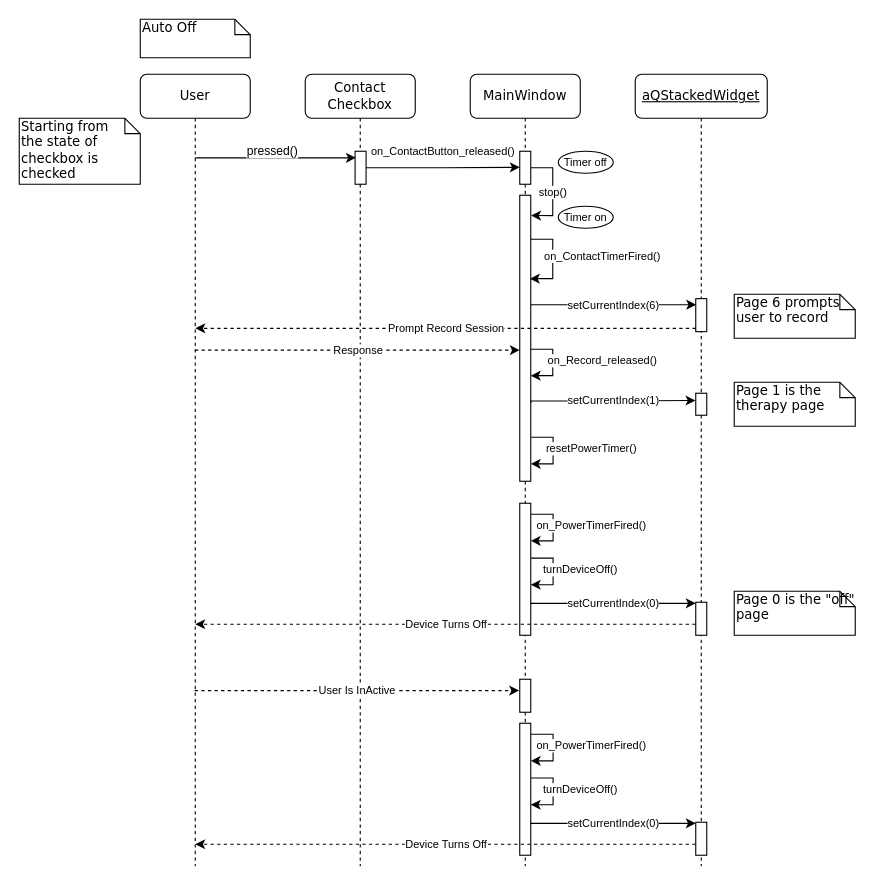
The draw.io diagram Documentation/auto_off.drawio in Hall-Andrew/CESDEVICE-3004FinalProject, before the edit. Source tidied: cells renumbered, new cells numbered last; positions are measured from the earlier drawing's top-left corner, leaving out a move shared by most shapes. Both pictures are drawn from the tidied source at 110%, with x=0, y=0 at pixel (19, 19).
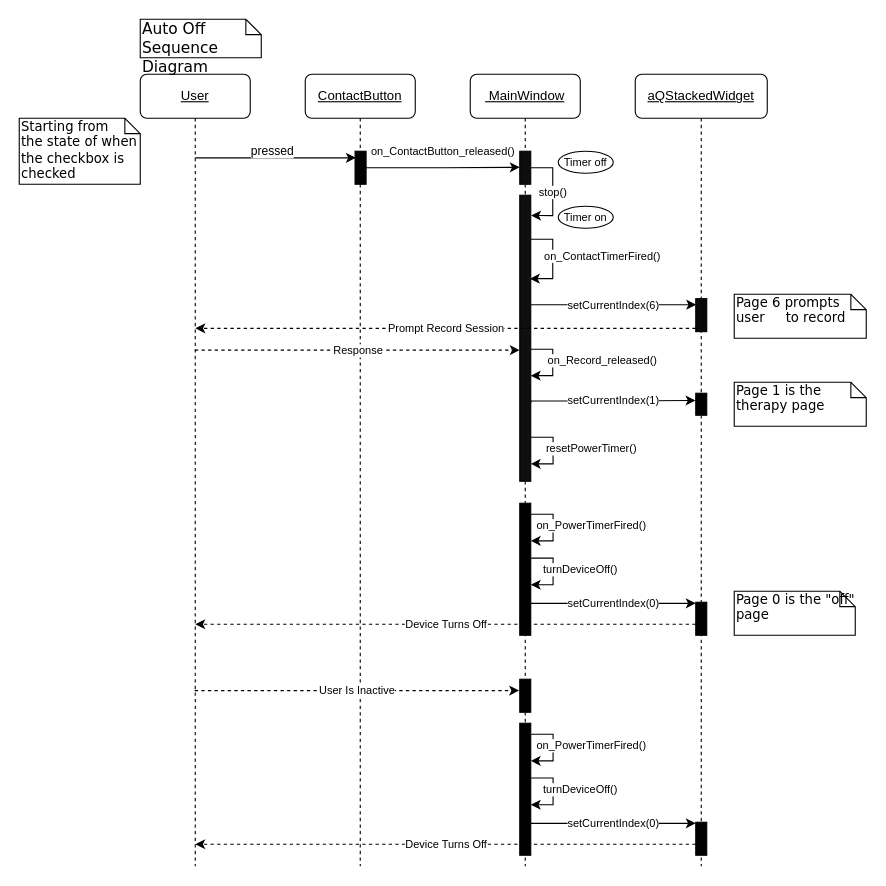
Above is the later version.

Commit message (it also covers changes not shown here):
Removed leftover unused functions Changed function names to match Seq diagrams Edited some seq diagrams for consistancy In the process of fixing Record Sequence Diagram

Diff of the diagram source:
```diff
@@
-    <mxCell id="2" value="MainWindow" style="shape=umlLifeline;perimeter=lifelinePerimeter;whiteSpace=wrap;html=1;rounded=1;shadow=0;comic=0;labelBackgroundColor=none;strokeWidth=1;fontFamily=Verdana;fontSize=12;align=center;" parent="1" vertex="1">
+    <mxCell id="2" value="&lt;u&gt;&lt;font face=&quot;Helvetica&quot;&gt;&amp;nbsp;MainWindow&lt;/font&gt;&lt;/u&gt;" style="shape=umlLifeline;perimeter=lifelinePerimeter;whiteSpace=wrap;html=1;rounded=1;shadow=0;comic=0;labelBackgroundColor=none;strokeWidth=1;fontFamily=Verdana;fontSize=12;align=center;" parent="1" vertex="1">
       <mxGeometry x="410" y="50" width="100" height="720" as="geometry" />
     </mxCell>
@@
-    <mxCell id="4" style="html=1;points=[];perimeter=orthogonalPerimeter;rounded=0;shadow=0;comic=0;labelBackgroundColor=none;strokeWidth=1;fontFamily=Verdana;fontSize=12;align=center;" parent="2" vertex="1">
+    <mxCell id="4" style="html=1;points=[];perimeter=orthogonalPerimeter;rounded=0;shadow=0;comic=0;labelBackgroundColor=none;strokeWidth=1;fontFamily=Verdana;fontSize=12;align=center;fillColor=#0D0D0D;" parent="2" vertex="1">
       <mxGeometry x="45" y="70" width="10" height="30" as="geometry" />
     </mxCell>
-    <mxCell id="5" style="html=1;points=[];perimeter=orthogonalPerimeter;rounded=0;shadow=0;comic=0;labelBackgroundColor=none;strokeWidth=1;fontFamily=Verdana;fontSize=12;align=center;" parent="2" vertex="1">
+    <mxCell id="5" style="html=1;points=[];perimeter=orthogonalPerimeter;rounded=0;shadow=0;comic=0;labelBackgroundColor=none;strokeWidth=1;fontFamily=Verdana;fontSize=12;align=center;fillColor=#0F0F0F;" parent="2" vertex="1">
       <mxGeometry x="45" y="110" width="10" height="260" as="geometry" />
     </mxCell>
@@
-    <mxCell id="9" style="html=1;perimeter=orthogonalPerimeter;rounded=0;shadow=0;comic=0;labelBackgroundColor=none;strokeWidth=1;fontFamily=Verdana;fontSize=12;align=center;" parent="2" vertex="1">
+    <mxCell id="9" style="html=1;perimeter=orthogonalPerimeter;rounded=0;shadow=0;comic=0;labelBackgroundColor=none;strokeWidth=1;fontFamily=Verdana;fontSize=12;align=center;fillColor=#000000;" parent="2" vertex="1">
       <mxGeometry x="45" y="390" width="10" height="120" as="geometry" />
     </mxCell>
@@
-    <mxCell id="13" style="html=1;perimeter=orthogonalPerimeter;rounded=0;shadow=0;comic=0;labelBackgroundColor=none;strokeWidth=1;fontFamily=Verdana;fontSize=12;align=center;" parent="2" vertex="1">
+    <mxCell id="13" style="html=1;perimeter=orthogonalPerimeter;rounded=0;shadow=0;comic=0;labelBackgroundColor=none;strokeWidth=1;fontFamily=Verdana;fontSize=12;align=center;fillColor=#000000;" parent="2" vertex="1">
       <mxGeometry x="45" y="590" width="10" height="120" as="geometry" />
     </mxCell>
@@
-    <mxCell id="18" style="html=1;points=[];perimeter=orthogonalPerimeter;rounded=0;shadow=0;comic=0;labelBackgroundColor=none;strokeWidth=1;fontFamily=Verdana;fontSize=12;align=center;" parent="2" vertex="1">
+    <mxCell id="18" style="html=1;points=[];perimeter=orthogonalPerimeter;rounded=0;shadow=0;comic=0;labelBackgroundColor=none;strokeWidth=1;fontFamily=Verdana;fontSize=12;align=center;fillColor=#000000;" parent="2" vertex="1">
       <mxGeometry x="45" y="550" width="10" height="30" as="geometry" />
     </mxCell>
-    <mxCell id="19" value="&lt;u&gt;aQStackedWidget&lt;/u&gt;" style="shape=umlLifeline;perimeter=lifelinePerimeter;whiteSpace=wrap;html=1;rounded=1;shadow=0;comic=0;labelBackgroundColor=none;strokeWidth=1;fontFamily=Verdana;fontSize=12;align=center;" parent="1" vertex="1">
+    <mxCell id="19" value="&lt;u&gt;&lt;font face=&quot;Helvetica&quot;&gt;aQStackedWidget&lt;/font&gt;&lt;/u&gt;" style="shape=umlLifeline;perimeter=lifelinePerimeter;whiteSpace=wrap;html=1;rounded=1;shadow=0;comic=0;labelBackgroundColor=none;strokeWidth=1;fontFamily=Verdana;fontSize=12;align=center;" parent="1" vertex="1">
       <mxGeometry x="560" y="50" width="120" height="720" as="geometry" />
     </mxCell>
-    <mxCell id="20" style="html=1;perimeter=orthogonalPerimeter;rounded=0;shadow=0;comic=0;labelBackgroundColor=none;strokeWidth=1;fontFamily=Verdana;fontSize=12;align=center;" parent="19" vertex="1">
+    <mxCell id="20" style="html=1;perimeter=orthogonalPerimeter;rounded=0;shadow=0;comic=0;labelBackgroundColor=none;strokeWidth=1;fontFamily=Verdana;fontSize=12;align=center;fillColor=#080808;" parent="19" vertex="1">
       <mxGeometry x="55" y="204" width="10" height="30" as="geometry" />
     </mxCell>
-    <mxCell id="21" style="html=1;perimeter=orthogonalPerimeter;rounded=0;shadow=0;comic=0;labelBackgroundColor=none;strokeWidth=1;fontFamily=Verdana;fontSize=12;align=center;" parent="19" vertex="1">
+    <mxCell id="21" style="html=1;perimeter=orthogonalPerimeter;rounded=0;shadow=0;comic=0;labelBackgroundColor=none;strokeWidth=1;fontFamily=Verdana;fontSize=12;align=center;fillColor=#000000;" parent="19" vertex="1">
       <mxGeometry x="55" y="480" width="10" height="30" as="geometry" />
     </mxCell>
@@
-    <mxCell id="23" style="html=1;perimeter=orthogonalPerimeter;rounded=0;shadow=0;comic=0;labelBackgroundColor=none;strokeWidth=1;fontFamily=Verdana;fontSize=12;align=center;" parent="19" vertex="1">
+    <mxCell id="23" style="html=1;perimeter=orthogonalPerimeter;rounded=0;shadow=0;comic=0;labelBackgroundColor=none;strokeWidth=1;fontFamily=Verdana;fontSize=12;align=center;fillColor=#000000;" parent="19" vertex="1">
       <mxGeometry x="55" y="680" width="10" height="30" as="geometry" />
     </mxCell>
-    <mxCell id="24" style="html=1;perimeter=orthogonalPerimeter;rounded=0;shadow=0;comic=0;labelBackgroundColor=none;strokeWidth=1;fontFamily=Verdana;fontSize=12;align=center;" parent="19" vertex="1">
+    <mxCell id="24" style="html=1;perimeter=orthogonalPerimeter;rounded=0;shadow=0;comic=0;labelBackgroundColor=none;strokeWidth=1;fontFamily=Verdana;fontSize=12;align=center;fillColor=#000000;" parent="19" vertex="1">
       <mxGeometry x="55" y="290" width="10" height="20" as="geometry" />
     </mxCell>
-    <mxCell id="25" value="User" style="shape=umlLifeline;perimeter=lifelinePerimeter;whiteSpace=wrap;html=1;outlineConnect=0;rounded=1;shadow=0;comic=0;labelBackgroundColor=none;strokeWidth=1;fontFamily=Verdana;fontSize=12;align=center;" parent="1" vertex="1">
+    <mxCell id="25" value="&lt;u&gt;&lt;font face=&quot;Helvetica&quot;&gt;User&lt;/font&gt;&lt;/u&gt;" style="shape=umlLifeline;perimeter=lifelinePerimeter;whiteSpace=wrap;html=1;outlineConnect=0;rounded=1;shadow=0;comic=0;labelBackgroundColor=none;strokeWidth=1;fontFamily=Verdana;fontSize=12;align=center;" parent="1" vertex="1">
       <mxGeometry x="110" y="50" width="100" height="720" as="geometry" />
     </mxCell>
-    <mxCell id="26" value="Auto Off" style="shape=note;whiteSpace=wrap;html=1;size=14;verticalAlign=top;align=left;spacingTop=-6;rounded=0;shadow=0;comic=0;labelBackgroundColor=none;strokeWidth=1;fontFamily=Verdana;fontSize=12;fillColor=default;strokeColor=default;fontColor=default;" parent="1" vertex="1">
-      <mxGeometry x="110" width="100" height="35" as="geometry" />
+    <mxCell id="26" value="&lt;font style=&quot;font-size: 14px&quot;&gt;Auto Off &lt;br&gt;Sequence Diagram&lt;/font&gt;" style="shape=note;whiteSpace=wrap;html=1;size=14;verticalAlign=top;align=left;spacingTop=-6;rounded=0;shadow=0;comic=0;labelBackgroundColor=none;strokeWidth=1;fontFamily=Verdana;fontSize=12;fillColor=default;strokeColor=default;fontColor=default;" parent="1" vertex="1">
+      <mxGeometry x="110" width="110" height="35" as="geometry" />
     </mxCell>
-    <mxCell id="27" value="Contact Checkbox" style="shape=umlLifeline;perimeter=lifelinePerimeter;whiteSpace=wrap;html=1;rounded=1;shadow=0;comic=0;labelBackgroundColor=none;strokeWidth=1;fontFamily=Verdana;fontSize=12;align=center;" parent="1" vertex="1">
+    <mxCell id="27" value="&lt;u&gt;&lt;font face=&quot;Helvetica&quot;&gt;ContactButton&lt;/font&gt;&lt;/u&gt;" style="shape=umlLifeline;perimeter=lifelinePerimeter;whiteSpace=wrap;html=1;rounded=1;shadow=0;comic=0;labelBackgroundColor=none;strokeWidth=1;fontFamily=Verdana;fontSize=12;align=center;" parent="1" vertex="1">
       <mxGeometry x="260" y="50" width="100" height="720" as="geometry" />
     </mxCell>
-    <mxCell id="28" style="html=1;points=[];perimeter=orthogonalPerimeter;rounded=0;shadow=0;comic=0;labelBackgroundColor=none;strokeWidth=1;fontFamily=Verdana;fontSize=12;align=center;" parent="27" vertex="1">
+    <mxCell id="28" style="html=1;points=[];perimeter=orthogonalPerimeter;rounded=0;shadow=0;comic=0;labelBackgroundColor=none;strokeWidth=1;fontFamily=Verdana;fontSize=12;align=center;fillColor=#030303;" parent="27" vertex="1">
       <mxGeometry x="45.3" y="70" width="10" height="30" as="geometry" />
     </mxCell>
-    <mxCell id="29" value="pressed()" style="endArrow=classic;html=1;rounded=0;entryX=0.067;entryY=0.2;entryDx=0;entryDy=0;entryPerimeter=0;" parent="1" edge="1">
+    <mxCell id="29" value="pressed" style="endArrow=classic;html=1;rounded=0;entryX=0.067;entryY=0.2;entryDx=0;entryDy=0;entryPerimeter=0;" parent="1" edge="1">
       <mxGeometry x="-0.04" y="6" relative="1" as="geometry">
         <mxPoint x="160.1" y="126" as="sourcePoint" />
         <mxPoint x="306" y="126" as="targetPoint" />
       </mxGeometry>
     </mxCell>
-    <mxCell id="30" value="Starting from &lt;br&gt;the state of checkbox is checked&amp;nbsp;" style="shape=note;whiteSpace=wrap;html=1;size=14;verticalAlign=top;align=left;spacingTop=-6;rounded=0;shadow=0;comic=0;labelBackgroundColor=none;strokeWidth=1;fontFamily=Verdana;fontSize=12;fillColor=default;strokeColor=default;fontColor=default;" parent="1" vertex="1">
+    <mxCell id="30" value="Starting from &lt;br&gt;the state of when the checkbox is checked&amp;nbsp;" style="shape=note;whiteSpace=wrap;html=1;size=14;verticalAlign=top;align=left;spacingTop=-6;rounded=0;shadow=0;comic=0;labelBackgroundColor=none;strokeWidth=1;fontFamily=Verdana;fontSize=12;fillColor=default;strokeColor=default;fontColor=default;" parent="1" vertex="1">
       <mxGeometry y="90" width="110" height="60" as="geometry" />
     </mxCell>
@@
-    <mxCell id="37" value="Page 6 prompts user to record" style="shape=note;whiteSpace=wrap;html=1;size=14;verticalAlign=top;align=left;spacingTop=-6;rounded=0;shadow=0;comic=0;labelBackgroundColor=none;strokeWidth=1;fontFamily=Verdana;fontSize=12;fillColor=default;strokeColor=default;fontColor=default;" parent="1" vertex="1">
-      <mxGeometry x="650" y="250" width="110" height="40" as="geometry" />
+    <mxCell id="37" value="Page 6 prompts user&amp;nbsp; &amp;nbsp; &amp;nbsp;to record" style="shape=note;whiteSpace=wrap;html=1;size=14;verticalAlign=top;align=left;spacingTop=-6;rounded=0;shadow=0;comic=0;labelBackgroundColor=none;strokeWidth=1;fontFamily=Verdana;fontSize=12;fillColor=default;strokeColor=default;fontColor=default;" parent="1" vertex="1">
+      <mxGeometry x="650" y="250" width="120" height="40" as="geometry" />
     </mxCell>
     <mxCell id="38" value="Page 1 is the therapy page" style="shape=note;whiteSpace=wrap;html=1;size=14;verticalAlign=top;align=left;spacingTop=-6;rounded=0;shadow=0;comic=0;labelBackgroundColor=none;strokeWidth=1;fontFamily=Verdana;fontSize=12;fillColor=default;strokeColor=default;fontColor=default;" parent="1" vertex="1">
-      <mxGeometry x="650" y="330" width="110" height="40" as="geometry" />
+      <mxGeometry x="650" y="330" width="120" height="40" as="geometry" />
     </mxCell>
-    <mxCell id="39" value="User Is InActive" style="endArrow=classic;html=1;rounded=0;fontSize=10;entryX=-0.057;entryY=0.344;entryDx=0;entryDy=0;entryPerimeter=0;dashed=1;" parent="1" edge="1" source="25" target="18">
+    <mxCell id="39" value="User Is Inactive" style="endArrow=classic;html=1;rounded=0;fontSize=10;entryX=-0.057;entryY=0.344;entryDx=0;entryDy=0;entryPerimeter=0;dashed=1;" parent="1" edge="1" source="25" target="18">
       <mxGeometry relative="1" as="geometry" />
     </mxCell>
```
